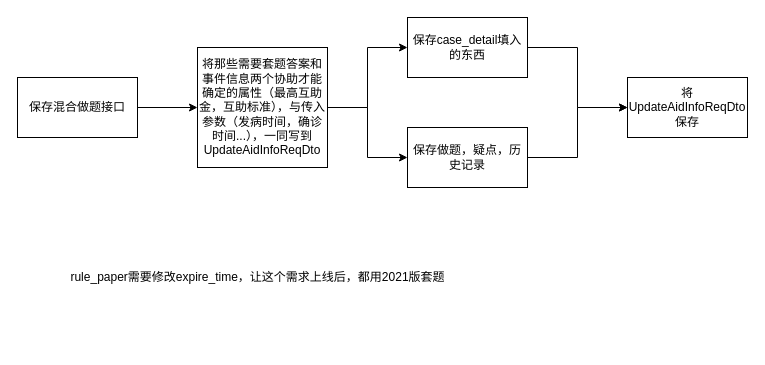
The draw.io diagram picture/风控2021版页面.drawio in canonhuu/rm, before the edit. Source tidied: cells renumbered, new cells numbered last; positions are measured from the earlier drawing's top-left corner, leaving out a move shared by most shapes. Both pictures are drawn from the tidied source at 100%, with x=0, y=0 at pixel (17, 17).
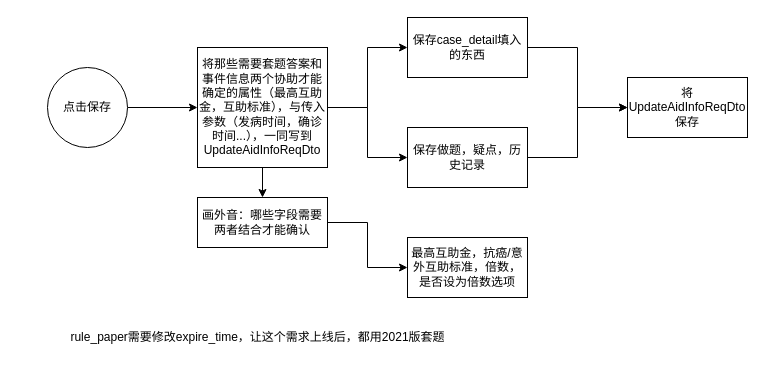
The same page after the edit.

Commit message:
更新风控2021版页面.drawio

The edit, as a diff of the source:
```diff
@@
 <mxGraphModel>
   <root>
     <mxCell id="0" />
     <mxCell id="1" parent="0" />
     <mxCell id="2" style="edgeStyle=orthogonalEdgeStyle;rounded=0;jettySize=auto;html=1;" parent="1" edge="1" source="4" target="6">
       <mxGeometry relative="1" as="geometry" />
     </mxCell>
     <mxCell id="3" style="edgeStyle=orthogonalEdgeStyle;rounded=0;jettySize=auto;html=1;entryX=0;entryY=0.5;entryDx=0;entryDy=0;" parent="1" edge="1" source="4" target="8">
       <mxGeometry relative="1" as="geometry" />
     </mxCell>
+    <mxCell id="13" style="edgeStyle=orthogonalEdgeStyle;rounded=0;jettySize=auto;html=1;" parent="1" edge="1" source="4" target="16">
+      <mxGeometry relative="1" as="geometry" />
+    </mxCell>
     <mxCell id="4" value="将那些需要套题答案和事件信息两个协助才能确定的属性（最高互助金，互助标准），与传入参数（发病时间，确诊时间...），一同写到UpdateAidInfoReqDto" style="rounded=0;whiteSpace=wrap;html=1;" parent="1" vertex="1">
       <mxGeometry x="180" y="30" width="130" height="120" as="geometry" />
     </mxCell>
     <mxCell id="5" style="edgeStyle=orthogonalEdgeStyle;rounded=0;jettySize=auto;html=1;entryX=0;entryY=0.5;entryDx=0;entryDy=0;" parent="1" edge="1" source="6" target="9">
       <mxGeometry relative="1" as="geometry" />
     </mxCell>
     <mxCell id="6" value="保存做题，疑点，历史记录" style="whiteSpace=wrap;html=1;rounded=0;" parent="1" vertex="1">
       <mxGeometry x="390" y="110" width="120" height="60" as="geometry" />
     </mxCell>
     <mxCell id="7" style="edgeStyle=orthogonalEdgeStyle;rounded=0;jettySize=auto;html=1;entryX=0;entryY=0.5;entryDx=0;entryDy=0;" parent="1" edge="1" source="8" target="9">
       <mxGeometry relative="1" as="geometry" />
     </mxCell>
     <mxCell id="8" value="保存case_detail填入的东西" style="whiteSpace=wrap;html=1;rounded=0;" parent="1" vertex="1">
       <mxGeometry x="390" width="120" height="60" as="geometry" />
     </mxCell>
     <mxCell id="9" value="将UpdateAidInfoReqDto保存" style="whiteSpace=wrap;html=1;rounded=0;" parent="1" vertex="1">
       <mxGeometry x="610" y="60" width="120" height="60" as="geometry" />
     </mxCell>
-    <mxCell id="10" style="edgeStyle=orthogonalEdgeStyle;rounded=0;jettySize=auto;html=1;" parent="1" edge="1" source="11" target="4">
+    <mxCell id="10" style="edgeStyle=orthogonalEdgeStyle;rounded=0;jettySize=auto;html=1;exitX=1;exitY=0.5;exitDx=0;exitDy=0;" parent="1" edge="1" source="14" target="4">
       <mxGeometry relative="1" as="geometry" />
     </mxCell>
-    <mxCell id="11" value="保存混合做题接口" style="rounded=0;whiteSpace=wrap;html=1;" parent="1" vertex="1">
-      <mxGeometry y="60" width="120" height="60" as="geometry" />
-    </mxCell>
     <mxCell id="12" value="rule_paper需要修改expire_time，让这个需求上线后，都用2021版套题" style="text;html=1;align=center;verticalAlign=middle;" parent="1" vertex="1">
-      <mxGeometry x="40" y="250" width="400" height="20" as="geometry" />
+      <mxGeometry x="40" y="310" width="400" height="20" as="geometry" />
     </mxCell>
+    <mxCell id="14" value="点击保存" style="ellipse;whiteSpace=wrap;html=1;" parent="1" vertex="1">
+      <mxGeometry x="30" y="50" width="80" height="80" as="geometry" />
+    </mxCell>
+    <mxCell id="15" style="edgeStyle=orthogonalEdgeStyle;rounded=0;jettySize=auto;html=1;entryX=0;entryY=0.5;entryDx=0;entryDy=0;" parent="1" edge="1" source="16" target="17">
+      <mxGeometry relative="1" as="geometry" />
+    </mxCell>
+    <mxCell id="16" value="画外音：哪些字段需要两者结合才能确认" style="rounded=0;whiteSpace=wrap;html=1;" parent="1" vertex="1">
+      <mxGeometry x="180" y="180" width="130" height="50" as="geometry" />
+    </mxCell>
+    <mxCell id="17" value="最高互助金，抗癌/意外互助标准，倍数，是否设为倍数选项" style="whiteSpace=wrap;html=1;" parent="1" vertex="1">
+      <mxGeometry x="390" y="220" width="120" height="60" as="geometry" />
+    </mxCell>
   </root>
 </mxGraphModel>
```
